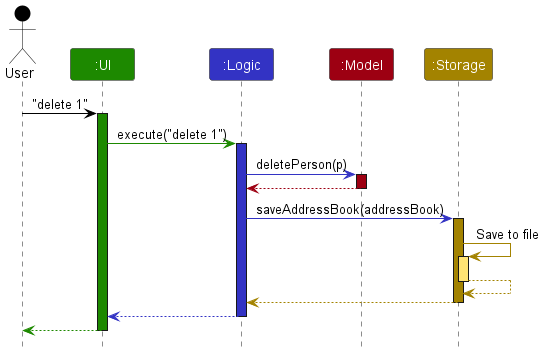
The PlantUML diagram docs/images/ArchitectureSequenceDiagram.png in nus-cs2103-AY2324S2/tp, before a commit.
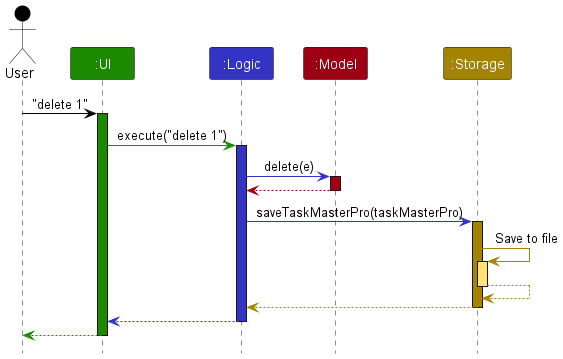
The same diagram one commit later.

Commit message:
Update UML function names

Some function names are not correct

Updated it based on the function name in the Java class itself.

What changed in the source:
```diff
@@ -14,13 +14,13 @@
 ui -[UI_COLOR]> logic : execute("delete 1")
 activate logic LOGIC_COLOR
 
-logic -[LOGIC_COLOR]> model : deletePerson(p)
+logic -[LOGIC_COLOR]> model : delete(e)
 activate model MODEL_COLOR
 
 model -[MODEL_COLOR]-> logic
 deactivate model
 
-logic -[LOGIC_COLOR]> storage : saveAddressBook(addressBook)
+logic -[LOGIC_COLOR]> storage : saveTaskMasterPro(taskMasterPro)
 activate storage STORAGE_COLOR
 
 storage -[STORAGE_COLOR]> storage : Save to file
```
